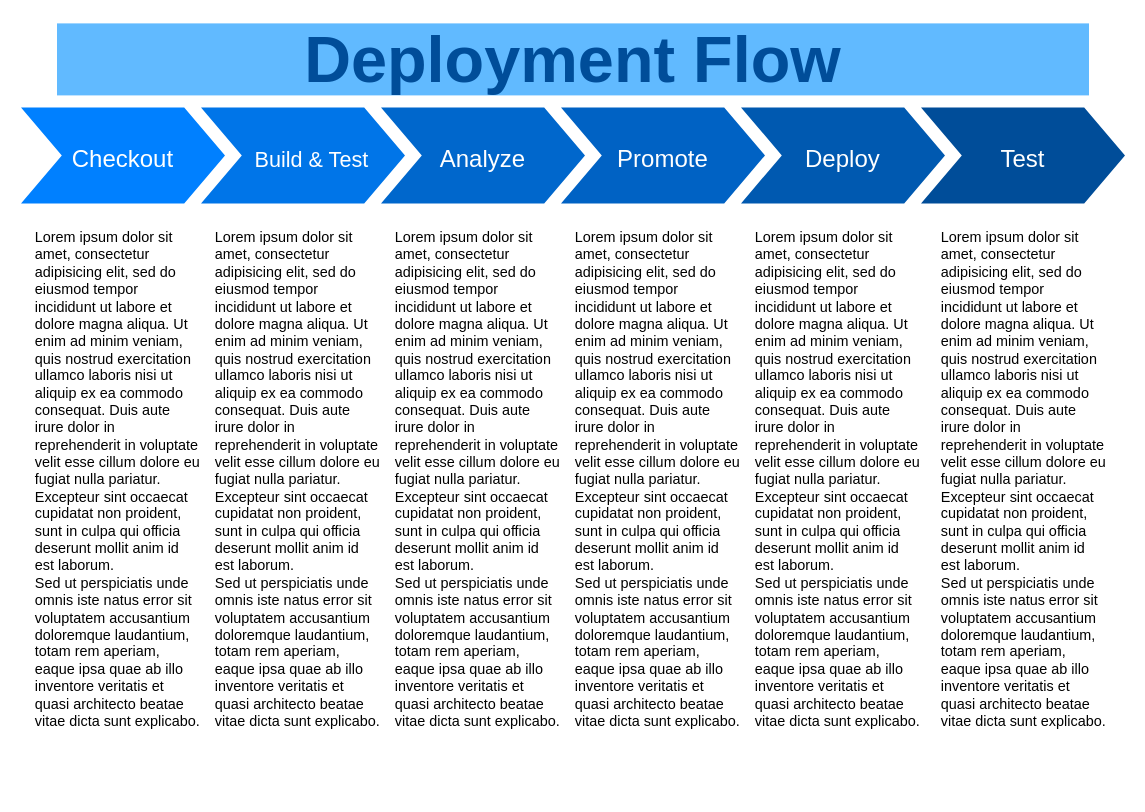
This is Untitled Diagram.drawio from jigneshadesara90/tdm-diagram, a draw.io file, before an edit. Source tidied: cells renumbered, new cells numbered last; positions are measured from the earlier drawing's top-left corner, leaving out a move shared by most shapes. Both pictures are drawn from the tidied source at 120%, with x=0, y=0 at pixel (20, 23).
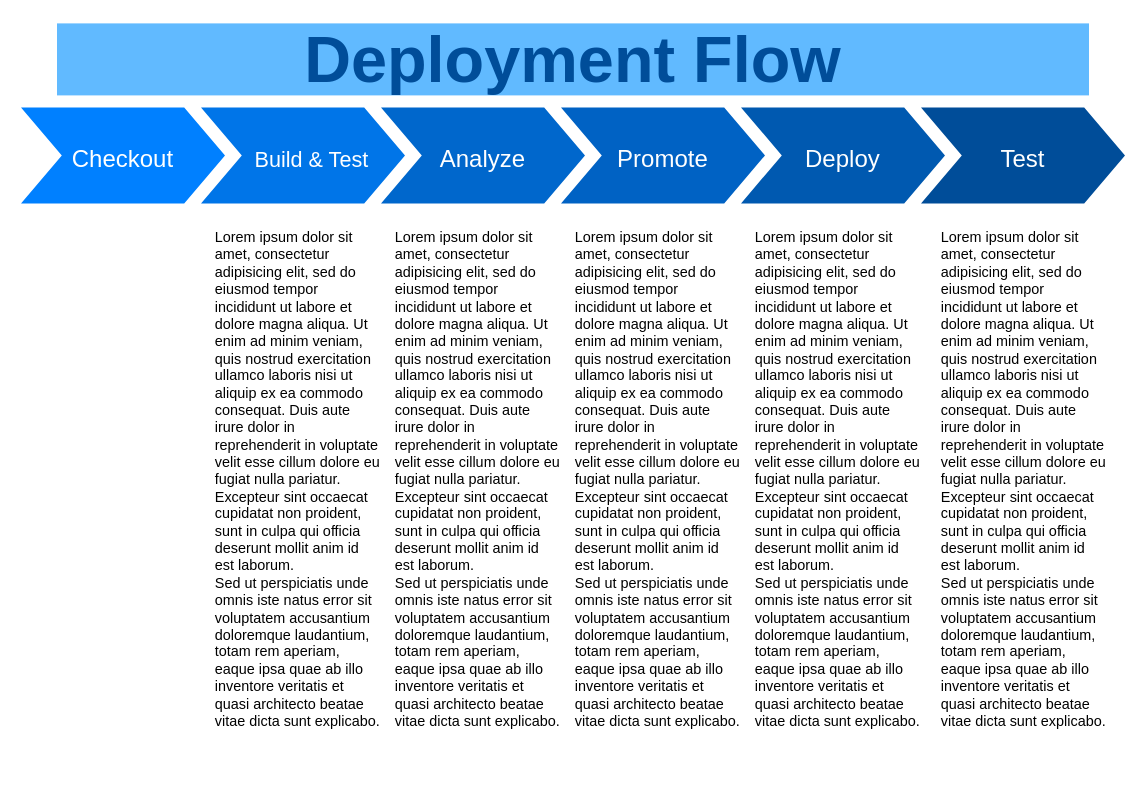
The same diagram, later.

What changed in the source:
```diff
@@
 <mxGraphModel>
   <root>
     <mxCell id="0" />
     <mxCell id="1" parent="0" />
     <mxCell id="2" value="&lt;font style=&quot;font-size: 20px;&quot;&gt;Checkout&lt;/font&gt;" style="shape=step;whiteSpace=wrap;html=1;fontSize=28;fillColor=#0080FF;fontColor=#FFFFFF;strokeColor=none;" parent="1" vertex="1">
       <mxGeometry y="70" width="170" height="80" as="geometry" />
     </mxCell>
     <mxCell id="3" value="&lt;font style=&quot;font-size: 18px;&quot;&gt;&amp;nbsp; &amp;nbsp;Build &amp;amp; Test&lt;/font&gt;" style="shape=step;whiteSpace=wrap;html=1;fontSize=28;fillColor=#0075E8;fontColor=#FFFFFF;strokeColor=none;align=center;" parent="1" vertex="1">
       <mxGeometry x="150" y="70" width="170" height="80" as="geometry" />
     </mxCell>
     <mxCell id="4" value="&lt;font style=&quot;font-size: 20px;&quot;&gt;Analyze&lt;/font&gt;" style="shape=step;whiteSpace=wrap;html=1;fontSize=28;fillColor=#0067CC;fontColor=#FFFFFF;strokeColor=none;" parent="1" vertex="1">
       <mxGeometry x="300" y="70" width="170" height="80" as="geometry" />
     </mxCell>
     <mxCell id="5" value="&lt;font style=&quot;font-size: 20px;&quot;&gt;Promote&lt;/font&gt;" style="shape=step;whiteSpace=wrap;html=1;fontSize=28;fillColor=#0062C4;fontColor=#FFFFFF;strokeColor=none;" parent="1" vertex="1">
       <mxGeometry x="450" y="70" width="170" height="80" as="geometry" />
     </mxCell>
     <mxCell id="6" value="&lt;font style=&quot;font-size: 20px;&quot;&gt;Deploy&lt;/font&gt;" style="shape=step;whiteSpace=wrap;html=1;fontSize=28;fillColor=#0059B0;fontColor=#FFFFFF;strokeColor=none;" parent="1" vertex="1">
       <mxGeometry x="600" y="70" width="170" height="80" as="geometry" />
     </mxCell>
     <mxCell id="7" value="&lt;font style=&quot;font-size: 20px;&quot;&gt;Test&lt;/font&gt;" style="shape=step;whiteSpace=wrap;html=1;fontSize=28;fillColor=#004D99;fontColor=#FFFFFF;strokeColor=none;" parent="1" vertex="1">
       <mxGeometry x="750" y="70" width="170" height="80" as="geometry" />
     </mxCell>
     <mxCell id="8" value="Deployment Flow" style="text;html=1;strokeColor=none;fillColor=#61BAFF;align=center;verticalAlign=middle;whiteSpace=wrap;fontSize=54;fontStyle=1;fontColor=#004D99;" parent="1" vertex="1">
       <mxGeometry x="30" width="860" height="60" as="geometry" />
     </mxCell>
-    <mxCell id="9" value="Lorem ipsum dolor sit amet, consectetur adipisicing elit, sed do eiusmod tempor incididunt ut labore et dolore magna aliqua. Ut enim ad minim veniam, quis nostrud exercitation ullamco laboris nisi ut aliquip ex ea commodo consequat. Duis aute irure dolor in reprehenderit in voluptate velit esse cillum dolore eu fugiat nulla pariatur. Excepteur sint occaecat cupidatat non proident, sunt in culpa qui officia deserunt mollit anim id est laborum.&lt;br&gt;Sed ut perspiciatis unde omnis iste natus error sit voluptatem accusantium doloremque laudantium, totam rem aperiam, eaque ipsa quae ab illo inventore veritatis et quasi architecto beatae vitae dicta sunt explicabo." style="text;spacingTop=-5;fillColor=#ffffff;whiteSpace=wrap;html=1;align=left;fontSize=12;fontFamily=Helvetica;fillColor=none;strokeColor=none;" parent="1" vertex="1">
-      <mxGeometry x="10" y="170" width="140" height="470" as="geometry" />
-    </mxCell>
     <mxCell id="10" value="Lorem ipsum dolor sit amet, consectetur adipisicing elit, sed do eiusmod tempor incididunt ut labore et dolore magna aliqua. Ut enim ad minim veniam, quis nostrud exercitation ullamco laboris nisi ut aliquip ex ea commodo consequat. Duis aute irure dolor in reprehenderit in voluptate velit esse cillum dolore eu fugiat nulla pariatur. Excepteur sint occaecat cupidatat non proident, sunt in culpa qui officia deserunt mollit anim id est laborum.&lt;br&gt;Sed ut perspiciatis unde omnis iste natus error sit voluptatem accusantium doloremque laudantium, totam rem aperiam, eaque ipsa quae ab illo inventore veritatis et quasi architecto beatae vitae dicta sunt explicabo." style="text;spacingTop=-5;fillColor=#ffffff;whiteSpace=wrap;html=1;align=left;fontSize=12;fontFamily=Helvetica;fillColor=none;strokeColor=none;" parent="1" vertex="1">
       <mxGeometry x="160" y="170" width="140" height="470" as="geometry" />
     </mxCell>
     <mxCell id="11" value="Lorem ipsum dolor sit amet, consectetur adipisicing elit, sed do eiusmod tempor incididunt ut labore et dolore magna aliqua. Ut enim ad minim veniam, quis nostrud exercitation ullamco laboris nisi ut aliquip ex ea commodo consequat. Duis aute irure dolor in reprehenderit in voluptate velit esse cillum dolore eu fugiat nulla pariatur. Excepteur sint occaecat cupidatat non proident, sunt in culpa qui officia deserunt mollit anim id est laborum.&lt;br&gt;Sed ut perspiciatis unde omnis iste natus error sit voluptatem accusantium doloremque laudantium, totam rem aperiam, eaque ipsa quae ab illo inventore veritatis et quasi architecto beatae vitae dicta sunt explicabo." style="text;spacingTop=-5;fillColor=#ffffff;whiteSpace=wrap;html=1;align=left;fontSize=12;fontFamily=Helvetica;fillColor=none;strokeColor=none;" parent="1" vertex="1">
       <mxGeometry x="310" y="170" width="140" height="470" as="geometry" />
     </mxCell>
     <mxCell id="12" value="Lorem ipsum dolor sit amet, consectetur adipisicing elit, sed do eiusmod tempor incididunt ut labore et dolore magna aliqua. Ut enim ad minim veniam, quis nostrud exercitation ullamco laboris nisi ut aliquip ex ea commodo consequat. Duis aute irure dolor in reprehenderit in voluptate velit esse cillum dolore eu fugiat nulla pariatur. Excepteur sint occaecat cupidatat non proident, sunt in culpa qui officia deserunt mollit anim id est laborum.&lt;br&gt;Sed ut perspiciatis unde omnis iste natus error sit voluptatem accusantium doloremque laudantium, totam rem aperiam, eaque ipsa quae ab illo inventore veritatis et quasi architecto beatae vitae dicta sunt explicabo." style="text;spacingTop=-5;fillColor=#ffffff;whiteSpace=wrap;html=1;align=left;fontSize=12;fontFamily=Helvetica;fillColor=none;strokeColor=none;" parent="1" vertex="1">
       <mxGeometry x="460" y="170" width="140" height="470" as="geometry" />
     </mxCell>
     <mxCell id="13" value="Lorem ipsum dolor sit amet, consectetur adipisicing elit, sed do eiusmod tempor incididunt ut labore et dolore magna aliqua. Ut enim ad minim veniam, quis nostrud exercitation ullamco laboris nisi ut aliquip ex ea commodo consequat. Duis aute irure dolor in reprehenderit in voluptate velit esse cillum dolore eu fugiat nulla pariatur. Excepteur sint occaecat cupidatat non proident, sunt in culpa qui officia deserunt mollit anim id est laborum.&lt;br&gt;Sed ut perspiciatis unde omnis iste natus error sit voluptatem accusantium doloremque laudantium, totam rem aperiam, eaque ipsa quae ab illo inventore veritatis et quasi architecto beatae vitae dicta sunt explicabo." style="text;spacingTop=-5;fillColor=#ffffff;whiteSpace=wrap;html=1;align=left;fontSize=12;fontFamily=Helvetica;fillColor=none;strokeColor=none;" parent="1" vertex="1">
       <mxGeometry x="610" y="170" width="140" height="470" as="geometry" />
     </mxCell>
     <mxCell id="14" value="Lorem ipsum dolor sit amet, consectetur adipisicing elit, sed do eiusmod tempor incididunt ut labore et dolore magna aliqua. Ut enim ad minim veniam, quis nostrud exercitation ullamco laboris nisi ut aliquip ex ea commodo consequat. Duis aute irure dolor in reprehenderit in voluptate velit esse cillum dolore eu fugiat nulla pariatur. Excepteur sint occaecat cupidatat non proident, sunt in culpa qui officia deserunt mollit anim id est laborum.&lt;br&gt;Sed ut perspiciatis unde omnis iste natus error sit voluptatem accusantium doloremque laudantium, totam rem aperiam, eaque ipsa quae ab illo inventore veritatis et quasi architecto beatae vitae dicta sunt explicabo." style="text;spacingTop=-5;fillColor=#ffffff;whiteSpace=wrap;html=1;align=left;fontSize=12;fontFamily=Helvetica;fillColor=none;strokeColor=none;" parent="1" vertex="1">
       <mxGeometry x="765" y="170" width="140" height="470" as="geometry" />
     </mxCell>
   </root>
 </mxGraphModel>
```
